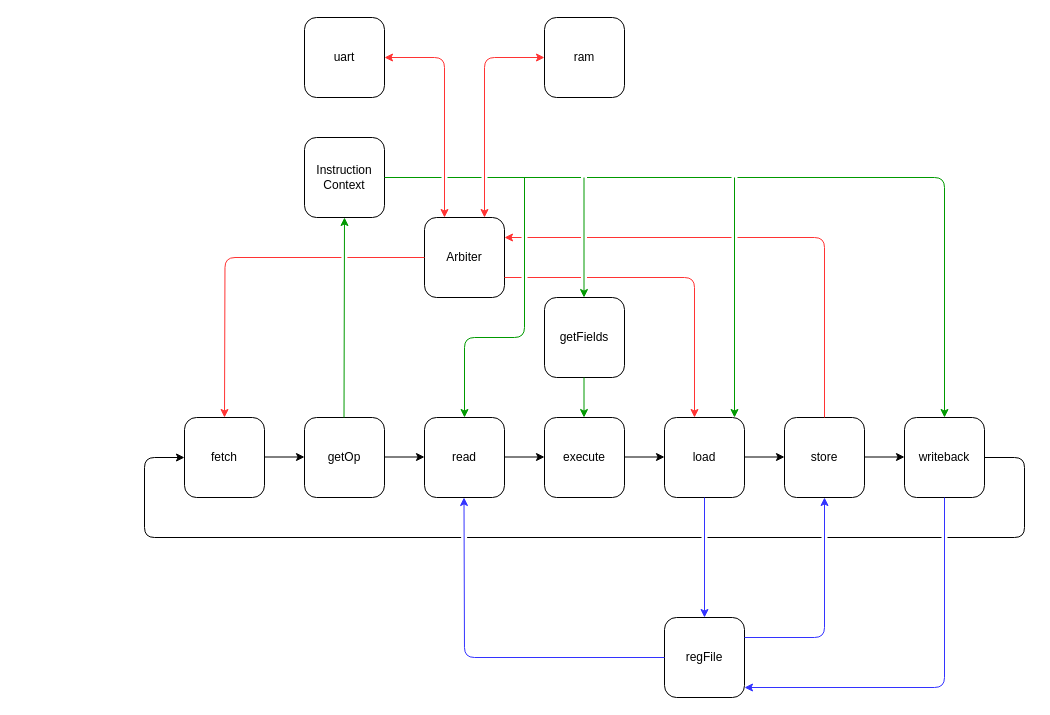
Above: docs/architecture.drawio in ThePerfectComputer/nimulatorPPC (draw.io), before the change. Source tidied: cells renumbered, new cells numbered last; positions are measured from the earlier drawing's top-left corner, leaving out a move shared by most shapes. Both pictures are drawn from the tidied source at 100%, with x=0, y=0 at pixel (144, 17).
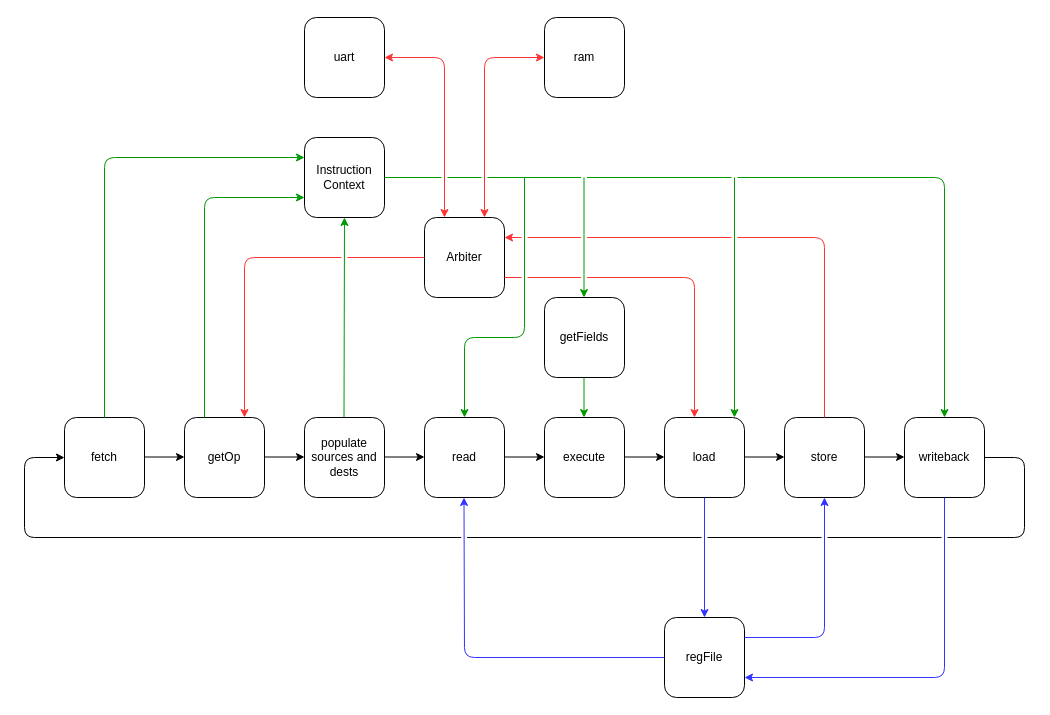
Above is the later version.

Diff of the diagram source:
```diff
@@
     <mxCell id="2" value="fetch" style="rounded=1;whiteSpace=wrap;html=1;" parent="1" vertex="1">
-      <mxGeometry x="40" y="400" width="80" height="80" as="geometry" />
+      <mxGeometry x="-80" y="400" width="80" height="80" as="geometry" />
     </mxCell>
     <mxCell id="3" value="getOp" style="rounded=1;whiteSpace=wrap;html=1;" parent="1" vertex="1">
-      <mxGeometry x="160" y="400" width="80" height="80" as="geometry" />
+      <mxGeometry x="40" y="400" width="80" height="80" as="geometry" />
     </mxCell>
@@
     <mxCell id="15" style="endArrow=classic;html=1;" parent="1" edge="1">
       <mxGeometry relative="1" as="geometry">
-        <mxPoint x="120" y="439.5" as="sourcePoint" />
-        <mxPoint x="160" y="439.5" as="targetPoint" />
+        <mxPoint y="439.5" as="sourcePoint" />
+        <mxPoint x="40" y="439.5" as="targetPoint" />
       </mxGeometry>
     </mxCell>
     <mxCell id="16" style="endArrow=classic;html=1;" parent="1" edge="1">
       <mxGeometry relative="1" as="geometry">
-        <mxPoint x="240" y="439.5" as="sourcePoint" />
-        <mxPoint x="280" y="439.5" as="targetPoint" />
+        <mxPoint x="120" y="439.5" as="sourcePoint" />
+        <mxPoint x="160" y="439.5" as="targetPoint" />
       </mxGeometry>
     </mxCell>
@@
     <mxCell id="25" style="endArrow=classic;html=1;jumpStyle=gap;strokeColor=#FF3333;" parent="1" edge="1">
       <mxGeometry relative="1" as="geometry">
         <mxPoint x="280" y="240" as="sourcePoint" />
-        <mxPoint x="80" y="400" as="targetPoint" />
+        <mxPoint x="100" y="400" as="targetPoint" />
         <Array as="points">
-          <mxPoint x="80.5" y="240" />
+          <mxPoint x="100" y="240" />
         </Array>
       </mxGeometry>
     </mxCell>
@@
     <mxCell id="27" style="endArrow=classic;html=1;strokeColor=#3333FF;" parent="1" edge="1">
       <mxGeometry relative="1" as="geometry">
         <mxPoint x="800" y="480" as="sourcePoint" />
-        <mxPoint x="600" y="670" as="targetPoint" />
+        <mxPoint x="600" y="660" as="targetPoint" />
         <Array as="points">
-          <mxPoint x="800" y="670" />
+          <mxPoint x="800" y="660" />
         </Array>
       </mxGeometry>
     </mxCell>
     <mxCell id="28" style="endArrow=classic;html=1;jumpStyle=gap;" parent="1" edge="1">
       <mxGeometry relative="1" as="geometry">
         <mxPoint x="840" y="440" as="sourcePoint" />
-        <mxPoint x="40" y="440" as="targetPoint" />
+        <mxPoint x="-80" y="440" as="targetPoint" />
         <Array as="points">
           <mxPoint x="880" y="440" />
           <mxPoint x="880" y="520" />
-          <mxPoint y="520" />
-          <mxPoint y="440" />
+          <mxPoint x="-120" y="520" />
+          <mxPoint x="-120" y="440" />
         </Array>
       </mxGeometry>
     </mxCell>
@@
+    <mxCell id="37" value="populate sources and dests" style="rounded=1;whiteSpace=wrap;html=1;" parent="1" vertex="1">
+      <mxGeometry x="160" y="400" width="80" height="80" as="geometry" />
+    </mxCell>
+    <mxCell id="38" style="endArrow=classic;html=1;" parent="1" edge="1">
+      <mxGeometry relative="1" as="geometry">
+        <mxPoint x="240" y="439.5" as="sourcePoint" />
+        <mxPoint x="280" y="439.5" as="targetPoint" />
+      </mxGeometry>
+    </mxCell>
+    <mxCell id="39" style="endArrow=classic;html=1;strokeColor=#009900;" parent="1" edge="1">
+      <mxGeometry relative="1" as="geometry">
+        <mxPoint x="60" y="400" as="sourcePoint" />
+        <mxPoint x="160" y="180" as="targetPoint" />
+        <Array as="points">
+          <mxPoint x="60" y="180" />
+        </Array>
+      </mxGeometry>
+    </mxCell>
+    <mxCell id="40" style="endArrow=classic;html=1;strokeColor=#009900;" parent="1" edge="1">
+      <mxGeometry relative="1" as="geometry">
+        <mxPoint x="-40" y="400" as="sourcePoint" />
+        <mxPoint x="160" y="140" as="targetPoint" />
+        <Array as="points">
+          <mxPoint x="-40" y="140" />
+        </Array>
+      </mxGeometry>
+    </mxCell>
```
